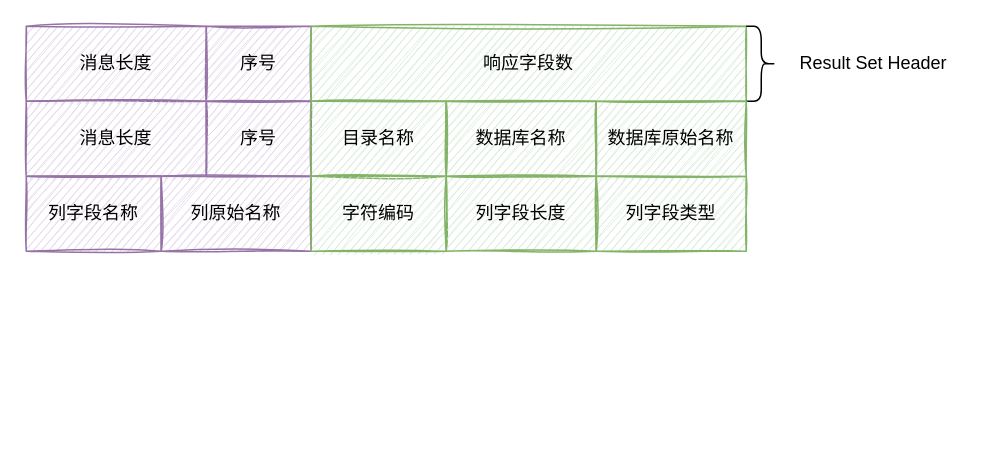
Earlier version of the draw.io diagram ck mysql response drawio.drawio (leonce28/draw-io-img). Source tidied: cells renumbered, new cells numbered last; positions are measured from the earlier drawing's top-left corner, leaving out a move shared by most shapes. Both pictures are drawn from the tidied source at 150%, with x=0, y=0 at pixel (26, 26).
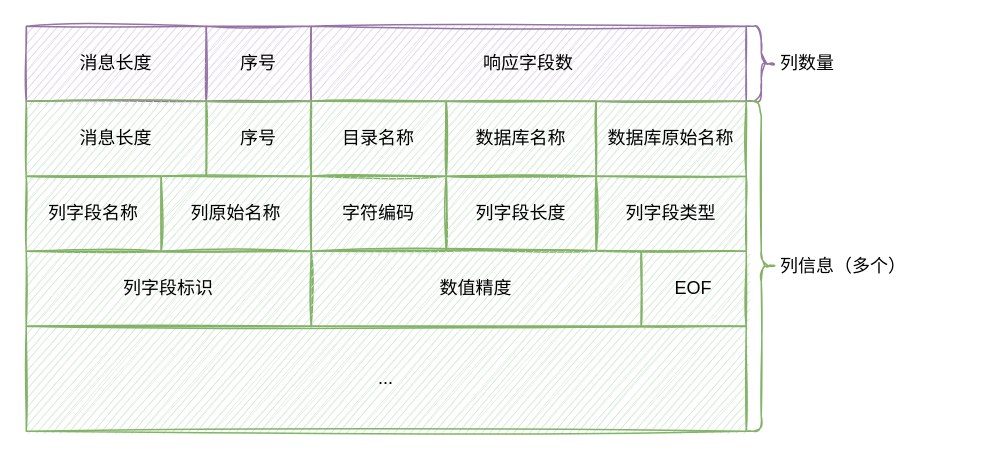
The same page after the edit.

What changed in the source:
```diff
@@
-    <mxCell id="4" value="响应字段数" style="rounded=0;whiteSpace=wrap;html=1;fillStyle=auto;fillColor=#d5e8d4;gradientDirection=north;sketch=1;strokeColor=#82b366;" parent="1" vertex="1">
+    <mxCell id="4" value="响应字段数" style="rounded=0;whiteSpace=wrap;html=1;fillStyle=auto;fillColor=#e1d5e7;gradientDirection=north;sketch=1;strokeColor=#9673a6;" parent="1" vertex="1">
       <mxGeometry x="190" width="290" height="50" as="geometry" />
     </mxCell>
-    <mxCell id="5" style="shape=curlyBracket;whiteSpace=wrap;html=1;rounded=1;flipH=1;" parent="1" vertex="1">
+    <mxCell id="5" style="shape=curlyBracket;whiteSpace=wrap;html=1;rounded=1;flipH=1;sketch=1;fillColor=#e1d5e7;strokeColor=#9673a6;" parent="1" vertex="1">
       <mxGeometry x="480" width="20" height="50" as="geometry" />
     </mxCell>
-    <mxCell id="6" value="Result Set Header" style="text;html=1;strokeColor=none;fillColor=none;align=center;verticalAlign=middle;whiteSpace=wrap;rounded=0;" parent="1" vertex="1">
-      <mxGeometry x="510" y="15" width="110" height="20" as="geometry" />
+    <mxCell id="6" value="列数量" style="text;html=1;strokeColor=none;fillColor=none;align=center;verticalAlign=middle;whiteSpace=wrap;rounded=0;sketch=1;" parent="1" vertex="1">
+      <mxGeometry x="496" y="15" width="50" height="20" as="geometry" />
     </mxCell>
-    <mxCell id="7" value="消息长度" style="rounded=0;whiteSpace=wrap;html=1;fillStyle=auto;fillColor=#e1d5e7;gradientDirection=north;sketch=1;strokeColor=#9673a6;" parent="1" vertex="1">
+    <mxCell id="7" value="消息长度" style="rounded=0;whiteSpace=wrap;html=1;fillStyle=auto;fillColor=#d5e8d4;gradientDirection=north;sketch=1;strokeColor=#82b366;" parent="1" vertex="1">
       <mxGeometry y="50" width="120" height="50" as="geometry" />
     </mxCell>
-    <mxCell id="8" value="序号" style="rounded=0;whiteSpace=wrap;html=1;fillStyle=auto;fillColor=#e1d5e7;gradientDirection=north;sketch=1;strokeColor=#9673a6;" parent="1" vertex="1">
+    <mxCell id="8" value="序号" style="rounded=0;whiteSpace=wrap;html=1;fillStyle=auto;fillColor=#d5e8d4;gradientDirection=north;sketch=1;strokeColor=#82b366;" parent="1" vertex="1">
       <mxGeometry x="120" y="50" width="70" height="50" as="geometry" />
     </mxCell>
@@
-    <mxCell id="12" value="列字段名称" style="rounded=0;whiteSpace=wrap;html=1;fillStyle=auto;fillColor=#e1d5e7;gradientDirection=north;sketch=1;strokeColor=#9673a6;" parent="1" vertex="1">
+    <mxCell id="12" value="列字段名称" style="rounded=0;whiteSpace=wrap;html=1;fillStyle=auto;fillColor=#d5e8d4;gradientDirection=north;sketch=1;strokeColor=#82b366;" parent="1" vertex="1">
       <mxGeometry y="100" width="90" height="50" as="geometry" />
     </mxCell>
-    <mxCell id="13" value="列原始名称" style="rounded=0;whiteSpace=wrap;html=1;fillStyle=auto;fillColor=#e1d5e7;gradientDirection=north;sketch=1;strokeColor=#9673a6;" parent="1" vertex="1">
+    <mxCell id="13" value="列原始名称" style="rounded=0;whiteSpace=wrap;html=1;fillStyle=auto;fillColor=#d5e8d4;gradientDirection=north;sketch=1;strokeColor=#82b366;" parent="1" vertex="1">
       <mxGeometry x="90" y="100" width="100" height="50" as="geometry" />
     </mxCell>
@@
+    <mxCell id="17" value="列字段标识" style="rounded=0;whiteSpace=wrap;html=1;fillStyle=auto;fillColor=#d5e8d4;gradientDirection=north;sketch=1;strokeColor=#82b366;" parent="1" vertex="1">
+      <mxGeometry y="150" width="190" height="50" as="geometry" />
+    </mxCell>
+    <mxCell id="18" value="数值精度" style="rounded=0;whiteSpace=wrap;html=1;fillStyle=auto;fillColor=#d5e8d4;gradientDirection=north;sketch=1;strokeColor=#82b366;" parent="1" vertex="1">
+      <mxGeometry x="190" y="150" width="220" height="50" as="geometry" />
+    </mxCell>
+    <mxCell id="19" value="EOF" style="rounded=0;whiteSpace=wrap;html=1;fillStyle=auto;fillColor=#d5e8d4;gradientDirection=north;sketch=1;strokeColor=#82b366;" parent="1" vertex="1">
+      <mxGeometry x="410" y="150" width="70" height="50" as="geometry" />
+    </mxCell>
+    <mxCell id="20" style="shape=curlyBracket;whiteSpace=wrap;html=1;rounded=1;flipH=1;fillColor=#d5e8d4;strokeColor=#82b366;sketch=1;" parent="1" vertex="1">
+      <mxGeometry x="480" y="50" width="20" height="220" as="geometry" />
+    </mxCell>
+    <mxCell id="21" value="列信息（多个）" style="text;html=1;strokeColor=none;fillColor=none;align=center;verticalAlign=middle;whiteSpace=wrap;rounded=0;sketch=1;" parent="1" vertex="1">
+      <mxGeometry x="500" y="150" width="90" height="20" as="geometry" />
+    </mxCell>
+    <mxCell id="22" value="..." style="rounded=0;whiteSpace=wrap;html=1;fillStyle=auto;fillColor=#d5e8d4;gradientDirection=north;sketch=1;strokeColor=#82b366;" parent="1" vertex="1">
+      <mxGeometry y="200" width="480" height="70" as="geometry" />
+    </mxCell>
```
